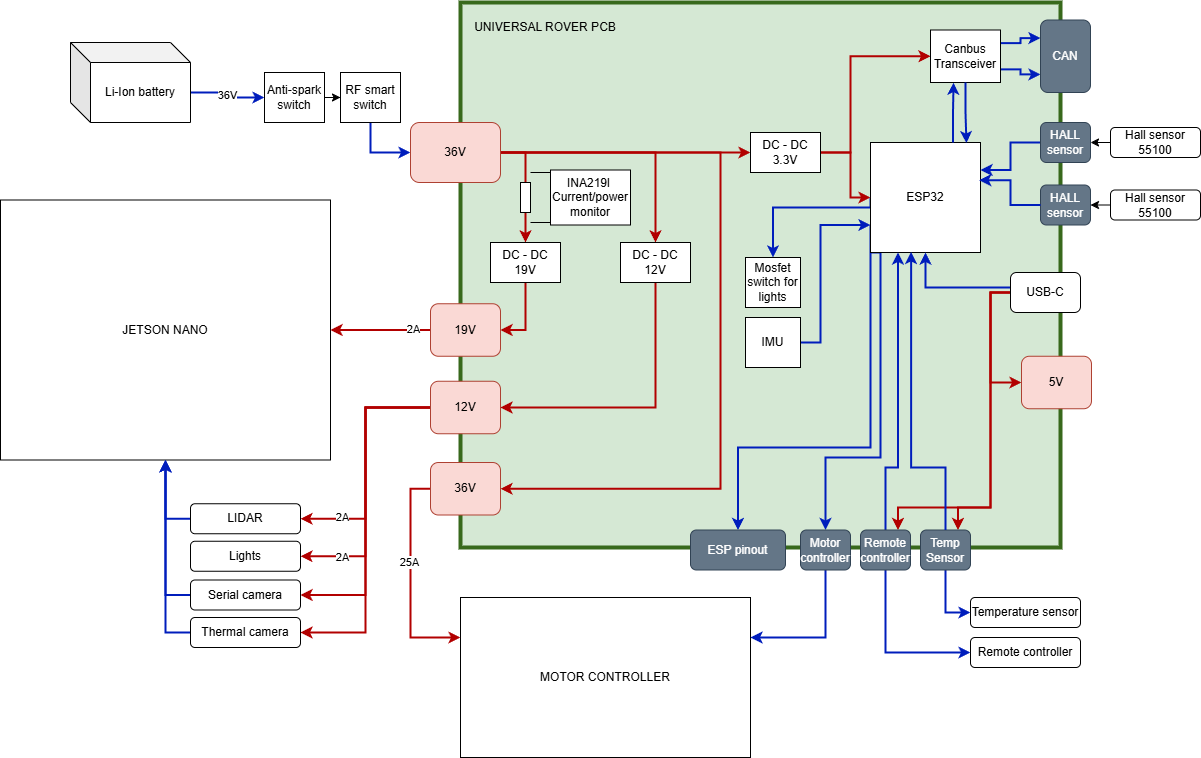
Above: Hardware/PCB_research/universal_pcb.drawio.png in Lapland-Robotics/AI.R-ATV (draw.io), before the change. Source tidied: cells renumbered, new cells last; positions are measured from the earlier drawing's top-left corner, leaving out a move shared by most shapes.
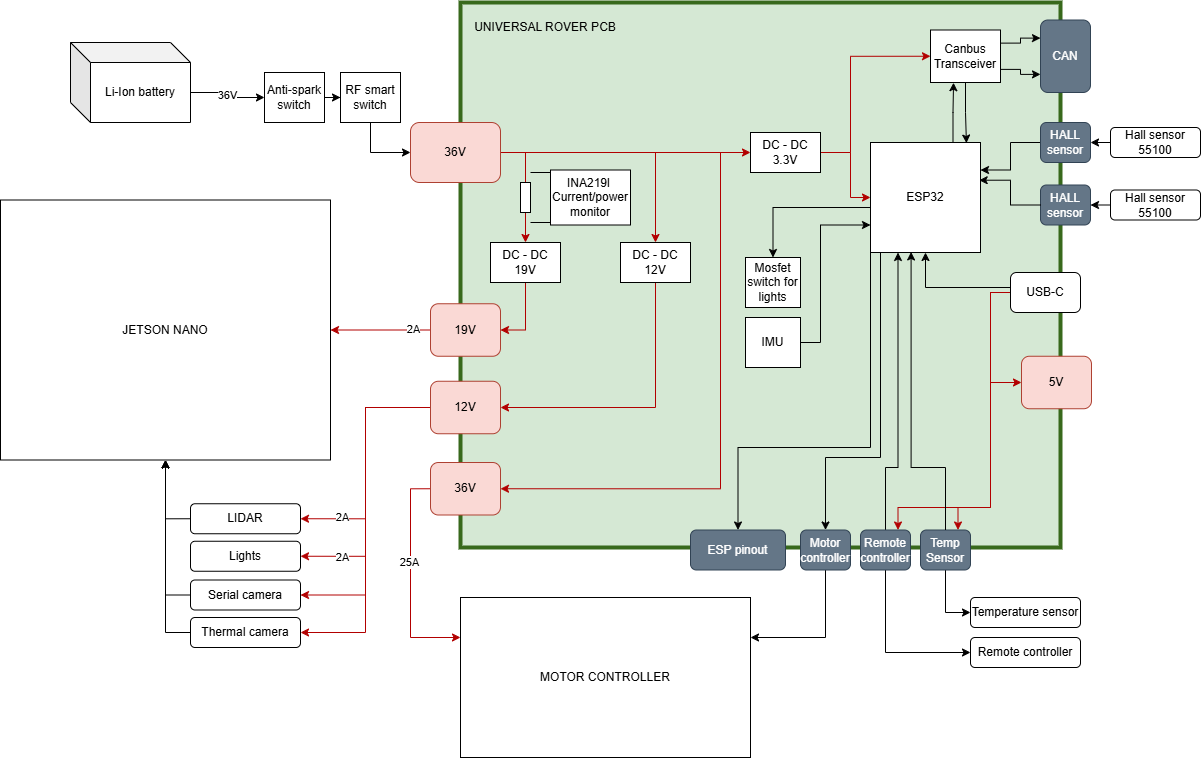
After the commit.

The edit, as a diff of the source:
```diff
@@ -7,3 +7,3 @@
     </mxCell>
-    <mxCell id="3" value="36V" style="edgeStyle=orthogonalEdgeStyle;rounded=0;jettySize=auto;html=1;exitX=0;exitY=0;exitDx=120;exitDy=50;exitPerimeter=0;entryX=0;entryY=0.5;entryDx=0;entryDy=0;fillColor=#0050ef;strokeColor=#001DBC;strokeWidth=2;" parent="1" edge="1" source="4" target="6">
+    <mxCell id="3" value="36V" style="edgeStyle=orthogonalEdgeStyle;rounded=0;jettySize=auto;html=1;exitX=0;exitY=0;exitDx=120;exitDy=50;exitPerimeter=0;entryX=0;entryY=0.5;entryDx=0;entryDy=0;" parent="1" edge="1" source="4" target="6">
       <mxGeometry relative="1" as="geometry" />
@@ -19,3 +19,3 @@
     </mxCell>
-    <mxCell id="7" style="edgeStyle=orthogonalEdgeStyle;rounded=0;jettySize=auto;html=1;exitX=0.5;exitY=1;exitDx=0;exitDy=0;entryX=0;entryY=0.5;entryDx=0;entryDy=0;fillColor=#0050ef;strokeColor=#001DBC;strokeWidth=2;" parent="1" edge="1" source="8" target="17">
+    <mxCell id="7" style="edgeStyle=orthogonalEdgeStyle;rounded=0;jettySize=auto;html=1;exitX=0.5;exitY=1;exitDx=0;exitDy=0;entryX=0;entryY=0.5;entryDx=0;entryDy=0;" parent="1" edge="1" source="8" target="17">
       <mxGeometry relative="1" as="geometry" />
@@ -25,3 +25,3 @@
     </mxCell>
-    <mxCell id="9" style="edgeStyle=orthogonalEdgeStyle;rounded=0;jettySize=auto;html=1;exitX=0;exitY=1;exitDx=0;exitDy=0;entryX=0.5;entryY=0;entryDx=0;entryDy=0;fillColor=#0050ef;strokeColor=#001DBC;strokeWidth=2;" parent="1" edge="1" source="12" target="76">
+    <mxCell id="9" style="edgeStyle=orthogonalEdgeStyle;rounded=0;jettySize=auto;html=1;exitX=0;exitY=1;exitDx=0;exitDy=0;entryX=0.5;entryY=0;entryDx=0;entryDy=0;" parent="1" edge="1" source="12" target="76">
       <mxGeometry relative="1" as="geometry">
@@ -34,3 +34,3 @@
     </mxCell>
-    <mxCell id="10" style="edgeStyle=orthogonalEdgeStyle;rounded=0;jettySize=auto;html=1;exitX=0;exitY=0.75;exitDx=0;exitDy=0;entryX=0.5;entryY=0;entryDx=0;entryDy=0;fillColor=#0050ef;strokeColor=#001DBC;strokeWidth=2;" parent="1" edge="1" source="12" target="78">
+    <mxCell id="10" style="edgeStyle=orthogonalEdgeStyle;rounded=0;jettySize=auto;html=1;exitX=0;exitY=0.75;exitDx=0;exitDy=0;entryX=0.5;entryY=0;entryDx=0;entryDy=0;" parent="1" edge="1" source="12" target="78">
       <mxGeometry relative="1" as="geometry">
@@ -42,3 +42,3 @@
     </mxCell>
-    <mxCell id="11" style="edgeStyle=orthogonalEdgeStyle;rounded=0;jettySize=auto;html=1;exitX=0;exitY=0.5;exitDx=0;exitDy=0;entryX=0.5;entryY=0;entryDx=0;entryDy=0;fillColor=#0050ef;strokeColor=#001DBC;strokeWidth=2;" parent="1" edge="1" source="12" target="68">
+    <mxCell id="11" style="edgeStyle=orthogonalEdgeStyle;rounded=0;jettySize=auto;html=1;exitX=0;exitY=0.5;exitDx=0;exitDy=0;entryX=0.5;entryY=0;entryDx=0;entryDy=0;" parent="1" edge="1" source="12" target="68">
       <mxGeometry relative="1" as="geometry">
@@ -53,9 +53,9 @@
     </mxCell>
-    <mxCell id="13" style="edgeStyle=orthogonalEdgeStyle;rounded=0;jettySize=auto;html=1;exitX=1;exitY=0.5;exitDx=0;exitDy=0;entryX=0.5;entryY=0;entryDx=0;entryDy=0;fillColor=#e51400;strokeColor=#B20000;strokeWidth=2;" parent="1" edge="1" source="17" target="26">
+    <mxCell id="13" style="edgeStyle=orthogonalEdgeStyle;rounded=0;jettySize=auto;html=1;exitX=1;exitY=0.5;exitDx=0;exitDy=0;entryX=0.5;entryY=0;entryDx=0;entryDy=0;fillColor=#e51400;strokeColor=#B20000;" parent="1" edge="1" source="17" target="26">
       <mxGeometry relative="1" as="geometry" />
     </mxCell>
-    <mxCell id="14" style="edgeStyle=orthogonalEdgeStyle;rounded=0;jettySize=auto;html=1;exitX=1;exitY=0.5;exitDx=0;exitDy=0;fillColor=#e51400;strokeColor=#B20000;strokeWidth=2;" parent="1" edge="1" source="17" target="28">
+    <mxCell id="14" style="edgeStyle=orthogonalEdgeStyle;rounded=0;jettySize=auto;html=1;exitX=1;exitY=0.5;exitDx=0;exitDy=0;fillColor=#e51400;strokeColor=#B20000;" parent="1" edge="1" source="17" target="28">
       <mxGeometry relative="1" as="geometry" />
     </mxCell>
-    <mxCell id="15" style="edgeStyle=orthogonalEdgeStyle;rounded=0;jettySize=auto;html=1;exitX=1;exitY=0.5;exitDx=0;exitDy=0;entryX=1;entryY=0.5;entryDx=0;entryDy=0;fillColor=#e51400;strokeColor=#B20000;strokeWidth=2;" parent="1" edge="1" source="17" target="44">
+    <mxCell id="15" style="edgeStyle=orthogonalEdgeStyle;rounded=0;jettySize=auto;html=1;exitX=1;exitY=0.5;exitDx=0;exitDy=0;entryX=1;entryY=0.5;entryDx=0;entryDy=0;fillColor=#e51400;strokeColor=#B20000;" parent="1" edge="1" source="17" target="44">
       <mxGeometry relative="1" as="geometry">
@@ -67,3 +67,3 @@
     </mxCell>
-    <mxCell id="16" style="edgeStyle=orthogonalEdgeStyle;rounded=0;jettySize=auto;html=1;exitX=1;exitY=0.5;exitDx=0;exitDy=0;entryX=0;entryY=0.5;entryDx=0;entryDy=0;fillColor=#e51400;strokeColor=#B20000;strokeWidth=2;" parent="1" edge="1" source="17" target="31">
+    <mxCell id="16" style="edgeStyle=orthogonalEdgeStyle;rounded=0;jettySize=auto;html=1;exitX=1;exitY=0.5;exitDx=0;exitDy=0;entryX=0;entryY=0.5;entryDx=0;entryDy=0;fillColor=#e51400;strokeColor=#B20000;" parent="1" edge="1" source="17" target="31">
       <mxGeometry relative="1" as="geometry" />
@@ -73,3 +73,3 @@
     </mxCell>
-    <mxCell id="18" style="edgeStyle=orthogonalEdgeStyle;rounded=0;jettySize=auto;html=1;entryX=0.5;entryY=1;entryDx=0;entryDy=0;fillColor=#0050ef;strokeColor=#001DBC;strokeWidth=2;" parent="1" edge="1" source="22" target="12">
+    <mxCell id="18" style="edgeStyle=orthogonalEdgeStyle;rounded=0;jettySize=auto;html=1;entryX=0.5;entryY=1;entryDx=0;entryDy=0;" parent="1" edge="1" source="22" target="12">
       <mxGeometry relative="1" as="geometry">
@@ -80,6 +80,6 @@
     </mxCell>
-    <mxCell id="19" style="edgeStyle=orthogonalEdgeStyle;rounded=0;jettySize=auto;html=1;exitX=0;exitY=0.5;exitDx=0;exitDy=0;entryX=0;entryY=0.5;entryDx=0;entryDy=0;fillColor=#e51400;strokeColor=#B20000;strokeWidth=2;" parent="1" edge="1" source="22" target="48">
+    <mxCell id="19" style="edgeStyle=orthogonalEdgeStyle;rounded=0;jettySize=auto;html=1;exitX=0;exitY=0.5;exitDx=0;exitDy=0;entryX=0;entryY=0.5;entryDx=0;entryDy=0;fillColor=#e51400;strokeColor=#B20000;" parent="1" edge="1" source="22" target="48">
       <mxGeometry relative="1" as="geometry" />
     </mxCell>
-    <mxCell id="20" style="edgeStyle=orthogonalEdgeStyle;rounded=0;jettySize=auto;html=1;exitX=0;exitY=0.5;exitDx=0;exitDy=0;entryX=0.75;entryY=0;entryDx=0;entryDy=0;fillColor=#e51400;strokeColor=#B20000;strokeWidth=2;" parent="1" edge="1" source="22" target="74">
+    <mxCell id="20" style="edgeStyle=orthogonalEdgeStyle;rounded=0;jettySize=auto;html=1;exitX=0;exitY=0.5;exitDx=0;exitDy=0;entryX=0.75;entryY=0;entryDx=0;entryDy=0;fillColor=#e51400;strokeColor=#B20000;" parent="1" edge="1" source="22" target="74">
       <mxGeometry relative="1" as="geometry">
@@ -92,3 +92,3 @@
     </mxCell>
-    <mxCell id="21" style="edgeStyle=orthogonalEdgeStyle;rounded=0;jettySize=auto;html=1;exitX=0;exitY=0.5;exitDx=0;exitDy=0;entryX=0.75;entryY=0;entryDx=0;entryDy=0;fillColor=#e51400;strokeColor=#B20000;strokeWidth=2;" parent="1" edge="1" source="22" target="72">
+    <mxCell id="21" style="edgeStyle=orthogonalEdgeStyle;rounded=0;jettySize=auto;html=1;exitX=0;exitY=0.5;exitDx=0;exitDy=0;entryX=0.75;entryY=0;entryDx=0;entryDy=0;fillColor=#e51400;strokeColor=#B20000;" parent="1" edge="1" source="22" target="72">
       <mxGeometry relative="1" as="geometry">
@@ -110,3 +110,3 @@
     </mxCell>
-    <mxCell id="25" style="edgeStyle=orthogonalEdgeStyle;rounded=0;jettySize=auto;html=1;entryX=1;entryY=0.5;entryDx=0;entryDy=0;fillColor=#e51400;strokeColor=#B20000;strokeWidth=2;" parent="1" edge="1" source="26" target="34">
+    <mxCell id="25" style="edgeStyle=orthogonalEdgeStyle;rounded=0;jettySize=auto;html=1;entryX=1;entryY=0.5;entryDx=0;entryDy=0;fillColor=#e51400;strokeColor=#B20000;" parent="1" edge="1" source="26" target="34">
       <mxGeometry relative="1" as="geometry" />
@@ -116,3 +116,3 @@
     </mxCell>
-    <mxCell id="27" style="edgeStyle=orthogonalEdgeStyle;rounded=0;jettySize=auto;html=1;exitX=0.5;exitY=1;exitDx=0;exitDy=0;entryX=1;entryY=0.5;entryDx=0;entryDy=0;fillColor=#e51400;strokeColor=#B20000;strokeWidth=2;" parent="1" edge="1" source="28" target="41">
+    <mxCell id="27" style="edgeStyle=orthogonalEdgeStyle;rounded=0;jettySize=auto;html=1;exitX=0.5;exitY=1;exitDx=0;exitDy=0;entryX=1;entryY=0.5;entryDx=0;entryDy=0;fillColor=#e51400;strokeColor=#B20000;" parent="1" edge="1" source="28" target="41">
       <mxGeometry relative="1" as="geometry" />
@@ -122,3 +122,3 @@
     </mxCell>
-    <mxCell id="29" style="edgeStyle=orthogonalEdgeStyle;rounded=0;jettySize=auto;html=1;entryX=0;entryY=0.5;entryDx=0;entryDy=0;fillColor=#e51400;strokeColor=#B20000;strokeWidth=2;" parent="1" edge="1" source="31" target="12">
+    <mxCell id="29" style="edgeStyle=orthogonalEdgeStyle;rounded=0;jettySize=auto;html=1;entryX=0;entryY=0.5;entryDx=0;entryDy=0;fillColor=#e51400;strokeColor=#B20000;" parent="1" edge="1" source="31" target="12">
       <mxGeometry relative="1" as="geometry">
@@ -130,3 +130,3 @@
     </mxCell>
-    <mxCell id="30" style="edgeStyle=orthogonalEdgeStyle;rounded=0;jettySize=auto;html=1;exitX=1;exitY=0.5;exitDx=0;exitDy=0;entryX=0;entryY=0.5;entryDx=0;entryDy=0;fillColor=#e51400;strokeColor=#B20000;strokeWidth=2;" parent="1" edge="1" source="31" target="52">
+    <mxCell id="30" style="edgeStyle=orthogonalEdgeStyle;rounded=0;jettySize=auto;html=1;exitX=1;exitY=0.5;exitDx=0;exitDy=0;entryX=0;entryY=0.5;entryDx=0;entryDy=0;fillColor=#e51400;strokeColor=#B20000;" parent="1" edge="1" source="31" target="52">
       <mxGeometry relative="1" as="geometry">
@@ -141,3 +141,3 @@
     </mxCell>
-    <mxCell id="32" style="edgeStyle=orthogonalEdgeStyle;rounded=0;jettySize=auto;html=1;exitX=0;exitY=0.5;exitDx=0;exitDy=0;entryX=1;entryY=0.5;entryDx=0;entryDy=0;fillColor=#e51400;strokeColor=#B20000;strokeWidth=2;" parent="1" edge="1" source="34" target="24">
+    <mxCell id="32" style="edgeStyle=orthogonalEdgeStyle;rounded=0;jettySize=auto;html=1;exitX=0;exitY=0.5;exitDx=0;exitDy=0;entryX=1;entryY=0.5;entryDx=0;entryDy=0;fillColor=#e51400;strokeColor=#B20000;" parent="1" edge="1" source="34" target="24">
       <mxGeometry relative="1" as="geometry" />
@@ -150,3 +150,3 @@
     </mxCell>
-    <mxCell id="35" style="edgeStyle=orthogonalEdgeStyle;rounded=0;jettySize=auto;html=1;exitX=0;exitY=0.5;exitDx=0;exitDy=0;entryX=1;entryY=0.5;entryDx=0;entryDy=0;fillColor=#e51400;strokeColor=#B20000;strokeWidth=2;" parent="1" edge="1" source="41" target="46">
+    <mxCell id="35" style="edgeStyle=orthogonalEdgeStyle;rounded=0;jettySize=auto;html=1;exitX=0;exitY=0.5;exitDx=0;exitDy=0;entryX=1;entryY=0.5;entryDx=0;entryDy=0;fillColor=#e51400;strokeColor=#B20000;" parent="1" edge="1" source="41" target="46">
       <mxGeometry relative="1" as="geometry" />
@@ -156,3 +156,3 @@
     </mxCell>
-    <mxCell id="37" style="edgeStyle=orthogonalEdgeStyle;rounded=0;jettySize=auto;html=1;exitX=0;exitY=0.5;exitDx=0;exitDy=0;entryX=1;entryY=0.5;entryDx=0;entryDy=0;fillColor=#e51400;strokeColor=#B20000;strokeWidth=2;" parent="1" edge="1" source="41" target="47">
+    <mxCell id="37" style="edgeStyle=orthogonalEdgeStyle;rounded=0;jettySize=auto;html=1;exitX=0;exitY=0.5;exitDx=0;exitDy=0;entryX=1;entryY=0.5;entryDx=0;entryDy=0;fillColor=#e51400;strokeColor=#B20000;" parent="1" edge="1" source="41" target="47">
       <mxGeometry relative="1" as="geometry" />
@@ -162,6 +162,6 @@
     </mxCell>
-    <mxCell id="39" style="edgeStyle=orthogonalEdgeStyle;rounded=0;jettySize=auto;html=1;exitX=0;exitY=0.5;exitDx=0;exitDy=0;entryX=1;entryY=0.5;entryDx=0;entryDy=0;fillColor=#e51400;strokeColor=#B20000;strokeWidth=2;" parent="1" edge="1" source="41" target="82">
+    <mxCell id="39" style="edgeStyle=orthogonalEdgeStyle;rounded=0;jettySize=auto;html=1;exitX=0;exitY=0.5;exitDx=0;exitDy=0;entryX=1;entryY=0.5;entryDx=0;entryDy=0;fillColor=#e51400;strokeColor=#B20000;" parent="1" edge="1" source="41" target="82">
       <mxGeometry relative="1" as="geometry" />
     </mxCell>
-    <mxCell id="40" style="edgeStyle=orthogonalEdgeStyle;rounded=0;jettySize=auto;html=1;exitX=0;exitY=0.5;exitDx=0;exitDy=0;entryX=1;entryY=0.5;entryDx=0;entryDy=0;fillColor=#e51400;strokeColor=#B20000;strokeWidth=2;" parent="1" edge="1" source="41" target="84">
+    <mxCell id="40" style="edgeStyle=orthogonalEdgeStyle;rounded=0;jettySize=auto;html=1;exitX=0;exitY=0.5;exitDx=0;exitDy=0;entryX=1;entryY=0.5;entryDx=0;entryDy=0;fillColor=#e51400;strokeColor=#B20000;" parent="1" edge="1" source="41" target="84">
       <mxGeometry relative="1" as="geometry" />
@@ -171,3 +171,3 @@
     </mxCell>
-    <mxCell id="42" style="edgeStyle=orthogonalEdgeStyle;rounded=0;jettySize=auto;html=1;exitX=0;exitY=0.5;exitDx=0;exitDy=0;entryX=0;entryY=0.25;entryDx=0;entryDy=0;fillColor=#e51400;strokeColor=#B20000;strokeWidth=2;" parent="1" edge="1" source="44" target="23">
+    <mxCell id="42" style="edgeStyle=orthogonalEdgeStyle;rounded=0;jettySize=auto;html=1;exitX=0;exitY=0.5;exitDx=0;exitDy=0;entryX=0;entryY=0.25;entryDx=0;entryDy=0;fillColor=#e51400;strokeColor=#B20000;" parent="1" edge="1" source="44" target="23">
       <mxGeometry relative="1" as="geometry" />
@@ -180,3 +180,3 @@
     </mxCell>
-    <mxCell id="45" style="edgeStyle=orthogonalEdgeStyle;rounded=0;jettySize=auto;html=1;exitX=0;exitY=0.5;exitDx=0;exitDy=0;fillColor=#0050ef;strokeColor=#001DBC;strokeWidth=2;" parent="1" edge="1" source="46" target="24">
+    <mxCell id="45" style="edgeStyle=orthogonalEdgeStyle;rounded=0;jettySize=auto;html=1;exitX=0;exitY=0.5;exitDx=0;exitDy=0;" parent="1" edge="1" source="46" target="24">
       <mxGeometry relative="1" as="geometry" />
@@ -195,6 +195,6 @@
     </mxCell>
-    <mxCell id="50" style="edgeStyle=orthogonalEdgeStyle;rounded=0;jettySize=auto;html=1;exitX=1;exitY=0.25;exitDx=0;exitDy=0;entryX=0;entryY=0.25;entryDx=0;entryDy=0;fillColor=#0050ef;strokeColor=#001DBC;strokeWidth=2;" parent="1" edge="1" source="52" target="57">
+    <mxCell id="50" style="edgeStyle=orthogonalEdgeStyle;rounded=0;jettySize=auto;html=1;exitX=1;exitY=0.25;exitDx=0;exitDy=0;entryX=0;entryY=0.25;entryDx=0;entryDy=0;" parent="1" edge="1" source="52" target="57">
       <mxGeometry relative="1" as="geometry" />
     </mxCell>
-    <mxCell id="51" style="edgeStyle=orthogonalEdgeStyle;rounded=0;jettySize=auto;html=1;exitX=1;exitY=0.75;exitDx=0;exitDy=0;entryX=0;entryY=0.75;entryDx=0;entryDy=0;fillColor=#0050ef;strokeColor=#001DBC;strokeWidth=2;" parent="1" edge="1" source="52" target="57">
+    <mxCell id="51" style="edgeStyle=orthogonalEdgeStyle;rounded=0;jettySize=auto;html=1;exitX=1;exitY=0.75;exitDx=0;exitDy=0;entryX=0;entryY=0.75;entryDx=0;entryDy=0;" parent="1" edge="1" source="52" target="57">
       <mxGeometry relative="1" as="geometry" />
@@ -225,3 +225,3 @@
     </mxCell>
-    <mxCell id="58" style="edgeStyle=orthogonalEdgeStyle;rounded=0;jettySize=auto;html=1;exitX=0;exitY=0.5;exitDx=0;exitDy=0;entryX=1;entryY=0.25;entryDx=0;entryDy=0;fillColor=#0050ef;strokeColor=#001DBC;strokeWidth=2;" parent="1" edge="1" source="59" target="12">
+    <mxCell id="58" style="edgeStyle=orthogonalEdgeStyle;rounded=0;jettySize=auto;html=1;exitX=0;exitY=0.5;exitDx=0;exitDy=0;entryX=1;entryY=0.25;entryDx=0;entryDy=0;" parent="1" edge="1" source="59" target="12">
       <mxGeometry relative="1" as="geometry" />
@@ -231,6 +231,6 @@
     </mxCell>
-    <mxCell id="60" style="edgeStyle=orthogonalEdgeStyle;rounded=0;jettySize=auto;html=1;exitX=0.5;exitY=1;exitDx=0;exitDy=0;entryX=0.872;entryY=0.005;entryDx=0;entryDy=0;entryPerimeter=0;fillColor=#0050ef;strokeColor=#001DBC;strokeWidth=2;" parent="1" edge="1" source="52" target="12">
+    <mxCell id="60" style="edgeStyle=orthogonalEdgeStyle;rounded=0;jettySize=auto;html=1;exitX=0.5;exitY=1;exitDx=0;exitDy=0;entryX=0.872;entryY=0.005;entryDx=0;entryDy=0;entryPerimeter=0;" parent="1" edge="1" source="52" target="12">
       <mxGeometry relative="1" as="geometry" />
     </mxCell>
-    <mxCell id="61" style="edgeStyle=orthogonalEdgeStyle;rounded=0;jettySize=auto;html=1;exitX=0.75;exitY=0;exitDx=0;exitDy=0;entryX=0.329;entryY=1.004;entryDx=0;entryDy=0;entryPerimeter=0;fillColor=#0050ef;strokeColor=#001DBC;strokeWidth=2;" parent="1" edge="1" source="12" target="52">
+    <mxCell id="61" style="edgeStyle=orthogonalEdgeStyle;rounded=0;jettySize=auto;html=1;exitX=0.75;exitY=0;exitDx=0;exitDy=0;entryX=0.329;entryY=1.004;entryDx=0;entryDy=0;entryPerimeter=0;" parent="1" edge="1" source="12" target="52">
       <mxGeometry relative="1" as="geometry" />
@@ -246,3 +246,3 @@
     </mxCell>
-    <mxCell id="65" style="edgeStyle=orthogonalEdgeStyle;rounded=0;jettySize=auto;html=1;exitX=0;exitY=0.5;exitDx=0;exitDy=0;entryX=0.988;entryY=0.343;entryDx=0;entryDy=0;entryPerimeter=0;fillColor=#0050ef;strokeColor=#001DBC;strokeWidth=2;" parent="1" edge="1" source="64" target="12">
+    <mxCell id="65" style="edgeStyle=orthogonalEdgeStyle;rounded=0;jettySize=auto;html=1;exitX=0;exitY=0.5;exitDx=0;exitDy=0;entryX=0.988;entryY=0.343;entryDx=0;entryDy=0;entryPerimeter=0;" parent="1" edge="1" source="64" target="12">
       <mxGeometry relative="1" as="geometry" />
@@ -261,3 +261,3 @@
     </mxCell>
-    <mxCell id="70" style="edgeStyle=orthogonalEdgeStyle;rounded=0;jettySize=auto;html=1;exitX=0.5;exitY=0;exitDx=0;exitDy=0;entryX=0.25;entryY=1;entryDx=0;entryDy=0;fillColor=#0050ef;strokeColor=#001DBC;strokeWidth=2;" parent="1" edge="1" source="72" target="12">
+    <mxCell id="70" style="edgeStyle=orthogonalEdgeStyle;rounded=0;jettySize=auto;html=1;exitX=0.5;exitY=0;exitDx=0;exitDy=0;entryX=0.25;entryY=1;entryDx=0;entryDy=0;" parent="1" edge="1" source="72" target="12">
       <mxGeometry relative="1" as="geometry">
@@ -269,3 +269,3 @@
     </mxCell>
-    <mxCell id="71" style="edgeStyle=orthogonalEdgeStyle;rounded=0;jettySize=auto;html=1;exitX=0.5;exitY=1;exitDx=0;exitDy=0;entryX=0;entryY=0.5;entryDx=0;entryDy=0;fillColor=#0050ef;strokeColor=#001DBC;strokeWidth=2;" parent="1" edge="1" source="72" target="69">
+    <mxCell id="71" style="edgeStyle=orthogonalEdgeStyle;rounded=0;jettySize=auto;html=1;exitX=0.5;exitY=1;exitDx=0;exitDy=0;entryX=0;entryY=0.5;entryDx=0;entryDy=0;" parent="1" edge="1" source="72" target="69">
       <mxGeometry relative="1" as="geometry" />
@@ -275,3 +275,3 @@
     </mxCell>
-    <mxCell id="73" style="edgeStyle=orthogonalEdgeStyle;rounded=0;jettySize=auto;html=1;exitX=0.5;exitY=1;exitDx=0;exitDy=0;entryX=0;entryY=0.5;entryDx=0;entryDy=0;fillColor=#0050ef;strokeColor=#001DBC;strokeWidth=2;" parent="1" edge="1" source="74" target="49">
+    <mxCell id="73" style="edgeStyle=orthogonalEdgeStyle;rounded=0;jettySize=auto;html=1;exitX=0.5;exitY=1;exitDx=0;exitDy=0;entryX=0;entryY=0.5;entryDx=0;entryDy=0;" parent="1" edge="1" source="74" target="49">
       <mxGeometry relative="1" as="geometry" />
@@ -281,3 +281,3 @@
     </mxCell>
-    <mxCell id="75" style="edgeStyle=orthogonalEdgeStyle;rounded=0;jettySize=auto;html=1;exitX=0.5;exitY=1;exitDx=0;exitDy=0;entryX=1;entryY=0.25;entryDx=0;entryDy=0;fillColor=#0050ef;strokeColor=#001DBC;strokeWidth=2;" parent="1" edge="1" source="76" target="23">
+    <mxCell id="75" style="edgeStyle=orthogonalEdgeStyle;rounded=0;jettySize=auto;html=1;exitX=0.5;exitY=1;exitDx=0;exitDy=0;entryX=1;entryY=0.25;entryDx=0;entryDy=0;" parent="1" edge="1" source="76" target="23">
       <mxGeometry relative="1" as="geometry" />
@@ -287,3 +287,3 @@
     </mxCell>
-    <mxCell id="77" style="edgeStyle=orthogonalEdgeStyle;rounded=0;jettySize=auto;html=1;exitX=0.5;exitY=0;exitDx=0;exitDy=0;entryX=0.369;entryY=0.995;entryDx=0;entryDy=0;entryPerimeter=0;fillColor=#0050ef;strokeColor=#001DBC;strokeWidth=2;" parent="1" edge="1" source="74" target="12">
+    <mxCell id="77" style="edgeStyle=orthogonalEdgeStyle;rounded=0;jettySize=auto;html=1;exitX=0.5;exitY=0;exitDx=0;exitDy=0;entryX=0.369;entryY=0.995;entryDx=0;entryDy=0;entryPerimeter=0;" parent="1" edge="1" source="74" target="12">
       <mxGeometry relative="1" as="geometry">
@@ -298,3 +298,3 @@
     </mxCell>
-    <mxCell id="79" style="edgeStyle=orthogonalEdgeStyle;rounded=0;jettySize=auto;html=1;exitX=1;exitY=0.5;exitDx=0;exitDy=0;entryX=0;entryY=0.75;entryDx=0;entryDy=0;fillColor=#0050ef;strokeColor=#001DBC;strokeWidth=2;" parent="1" edge="1" source="80" target="12">
+    <mxCell id="79" style="edgeStyle=orthogonalEdgeStyle;rounded=0;jettySize=auto;html=1;exitX=1;exitY=0.5;exitDx=0;exitDy=0;entryX=0;entryY=0.75;entryDx=0;entryDy=0;" parent="1" edge="1" source="80" target="12">
       <mxGeometry relative="1" as="geometry">
@@ -309,3 +309,3 @@
     </mxCell>
-    <mxCell id="81" style="edgeStyle=orthogonalEdgeStyle;rounded=0;jettySize=auto;html=1;exitX=0;exitY=0.5;exitDx=0;exitDy=0;fillColor=#0050ef;strokeColor=#001DBC;strokeWidth=2;" parent="1" edge="1" source="82" target="24">
+    <mxCell id="81" style="edgeStyle=orthogonalEdgeStyle;rounded=0;jettySize=auto;html=1;exitX=0;exitY=0.5;exitDx=0;exitDy=0;" parent="1" edge="1" source="82" target="24">
       <mxGeometry relative="1" as="geometry" />
@@ -315,3 +315,3 @@
     </mxCell>
-    <mxCell id="83" style="edgeStyle=orthogonalEdgeStyle;rounded=0;jettySize=auto;html=1;exitX=0;exitY=0.5;exitDx=0;exitDy=0;entryX=0.5;entryY=1;entryDx=0;entryDy=0;fillColor=#0050ef;strokeColor=#001DBC;strokeWidth=2;" parent="1" edge="1" source="84" target="24">
+    <mxCell id="83" style="edgeStyle=orthogonalEdgeStyle;rounded=0;jettySize=auto;html=1;exitX=0;exitY=0.5;exitDx=0;exitDy=0;entryX=0.5;entryY=1;entryDx=0;entryDy=0;" parent="1" edge="1" source="84" target="24">
       <mxGeometry relative="1" as="geometry" />
```
